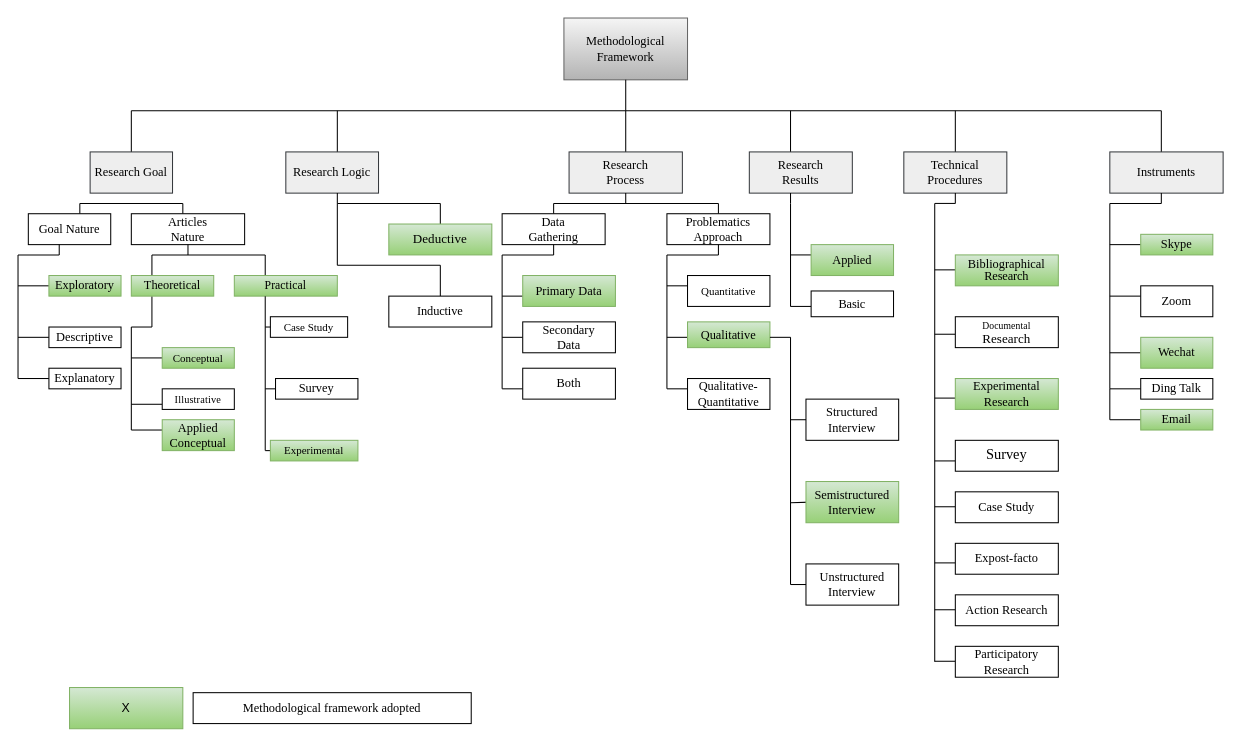
Earlier version of the draw.io diagram Ari.drawio (zhang144999/repository). Source tidied: cells renumbered, new cells numbered last; positions are measured from the earlier drawing's top-left corner, leaving out a move shared by most shapes. Both pictures are drawn from the tidied source at 103%, with x=0, y=0 at pixel (18, 18).
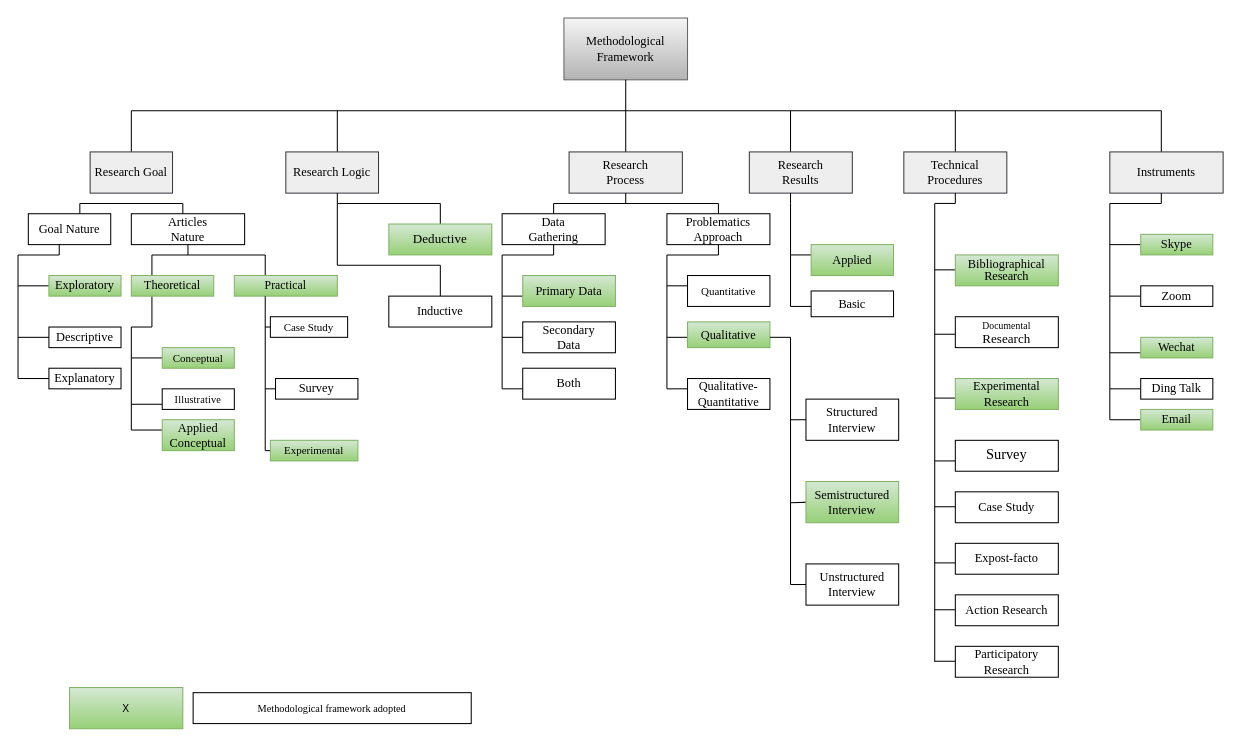
The same diagram, later.

Diff of the diagram source:
```diff
@@
     <mxCell id="119" value="Zoom" style="rounded=0;whiteSpace=wrap;html=1;align=center;fontFamily=Times New Roman;" parent="1" vertex="1">
-      <mxGeometry x="1090" y="260" width="70" height="30" as="geometry" />
+      <mxGeometry x="1090" y="260" width="70" height="20" as="geometry" />
     </mxCell>
     <mxCell id="120" value="Wechat" style="rounded=0;whiteSpace=wrap;html=1;align=center;gradientColor=#97d077;fillColor=#d5e8d4;strokeColor=#82b366;fontFamily=Times New Roman;" parent="1" vertex="1">
-      <mxGeometry x="1090" y="310" width="70" height="30" as="geometry" />
+      <mxGeometry x="1090" y="310" width="70" height="20" as="geometry" />
     </mxCell>
-    <mxCell id="121" value="X" style="rounded=0;whiteSpace=wrap;html=1;align=center;fillColor=#d5e8d4;strokeColor=#82b366;gradientColor=#97d077;" parent="1" vertex="1">
+    <mxCell id="121" value="&lt;font style=&quot;font-size: 10px&quot;&gt;X&lt;/font&gt;" style="rounded=0;whiteSpace=wrap;html=1;align=center;fillColor=#d5e8d4;strokeColor=#82b366;gradientColor=#97d077;" parent="1" vertex="1">
       <mxGeometry x="50" y="650" width="110" height="40" as="geometry" />
     </mxCell>
-    <mxCell id="122" value="Methodological framework adopted" style="rounded=0;whiteSpace=wrap;html=1;align=center;fontFamily=Times New Roman;" parent="1" vertex="1">
+    <mxCell id="122" value="Methodological framework adopted" style="rounded=0;whiteSpace=wrap;html=1;align=center;fontFamily=Times New Roman;fontSize=10;" parent="1" vertex="1">
       <mxGeometry x="170" y="655" width="270" height="30" as="geometry" />
     </mxCell>
```
